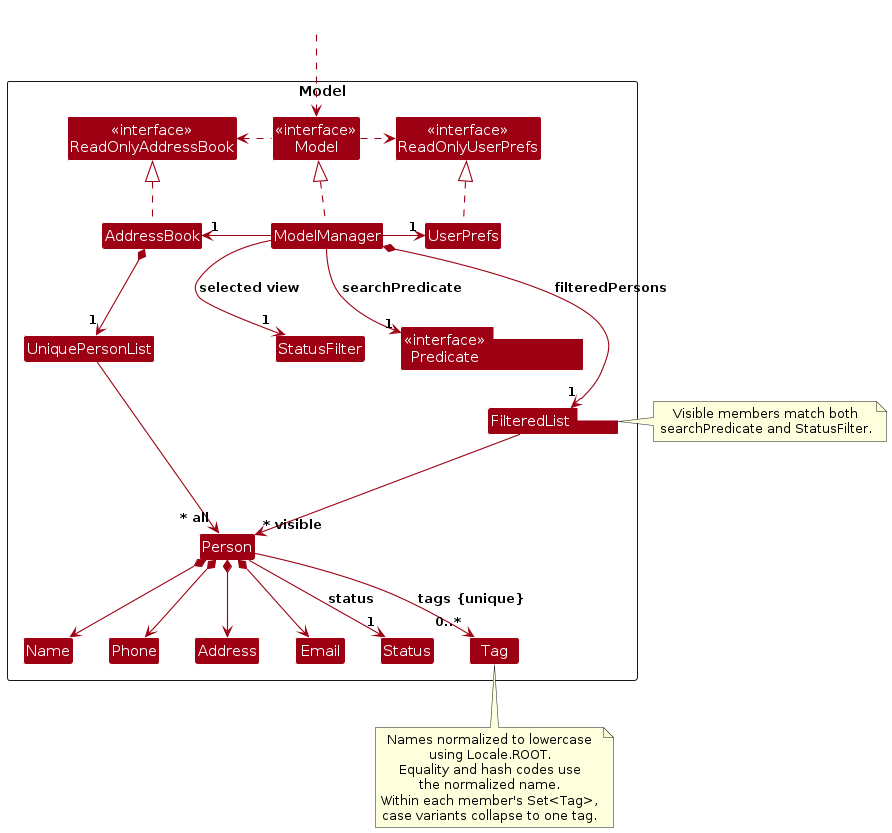
Before: diagrams/ModelClassDiagram.png, a diagram exported from PlantUML (AY2627S1-CS2103T-T17-3/tp). Its source is kept beside it as diagrams/ModelClassDiagram.puml.
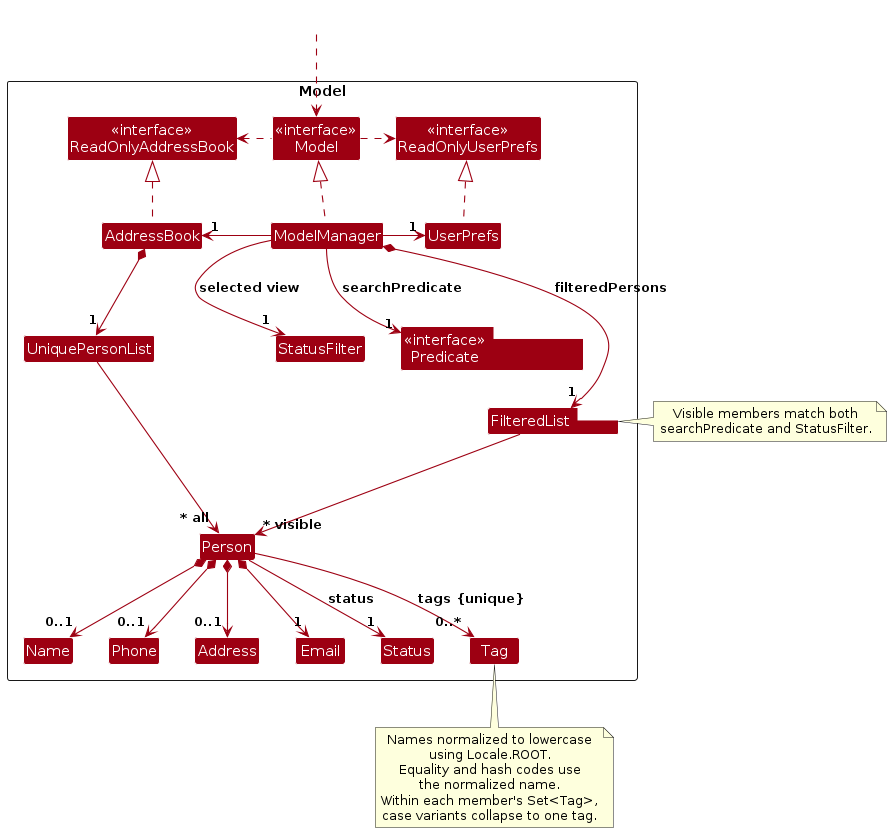
After the change.

What changed in the source:
```diff
@@ -51,10 +51,10 @@
 
 AddressBook *--> "1" UniquePersonList
 UniquePersonList --> "~* all" Person
-Person *--> Name
-Person *--> Phone
-Person *--> Email
-Person *--> Address
+Person *--> "0..1" Name
+Person *--> "0..1" Phone
+Person *--> "1" Email
+Person *--> "0..1" Address
 Person --> "0..*" Tag : tags {unique}
 Person --> "1" Status : status
 FilteredList --> "~* visible" Person
```
